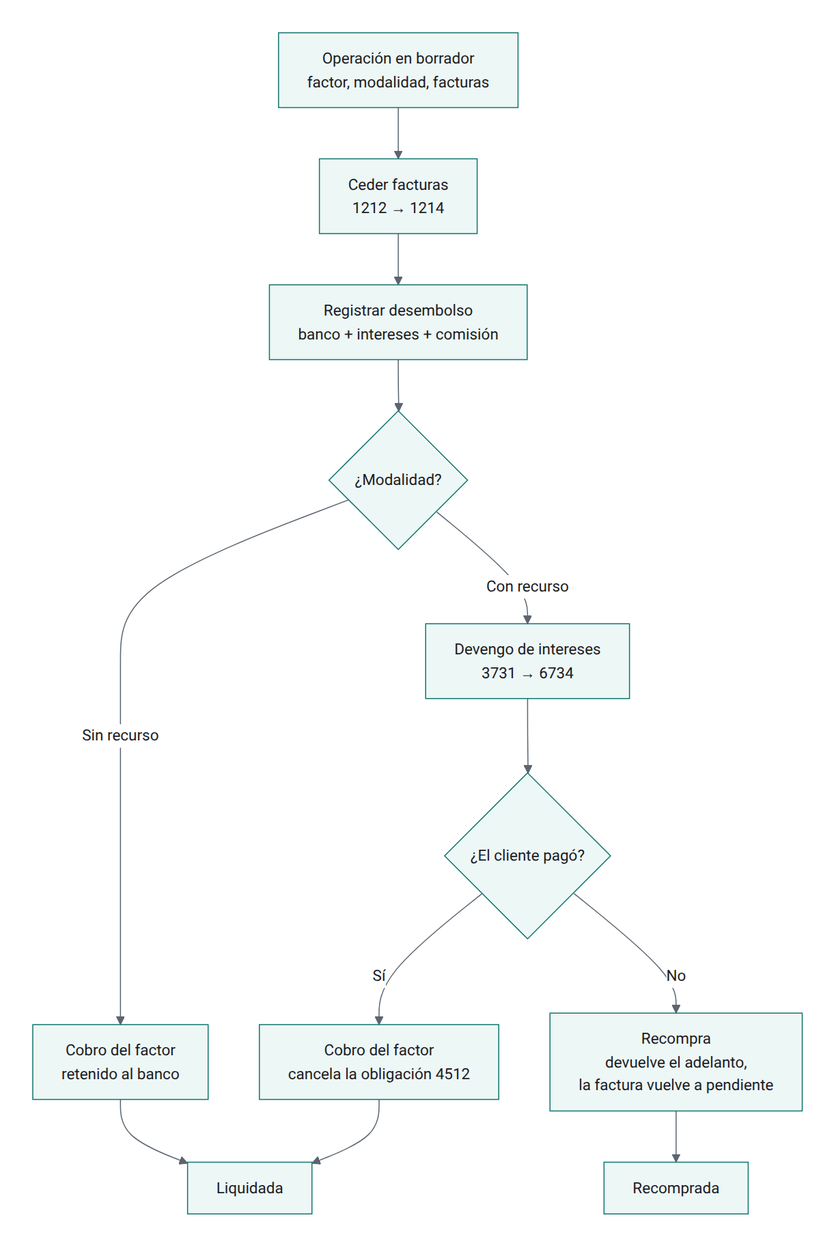
olanoit/ol_new_apps keeps this Mermaid diagram as OL-ACCOUNTING/al_l10n_pe_factoring/static/description/diagramas/factoring.png. Above is the earlier version. Its source is kept beside it as OL-ACCOUNTING/al_l10n_pe_factoring/static/description/diagramas/factoring.mmd.
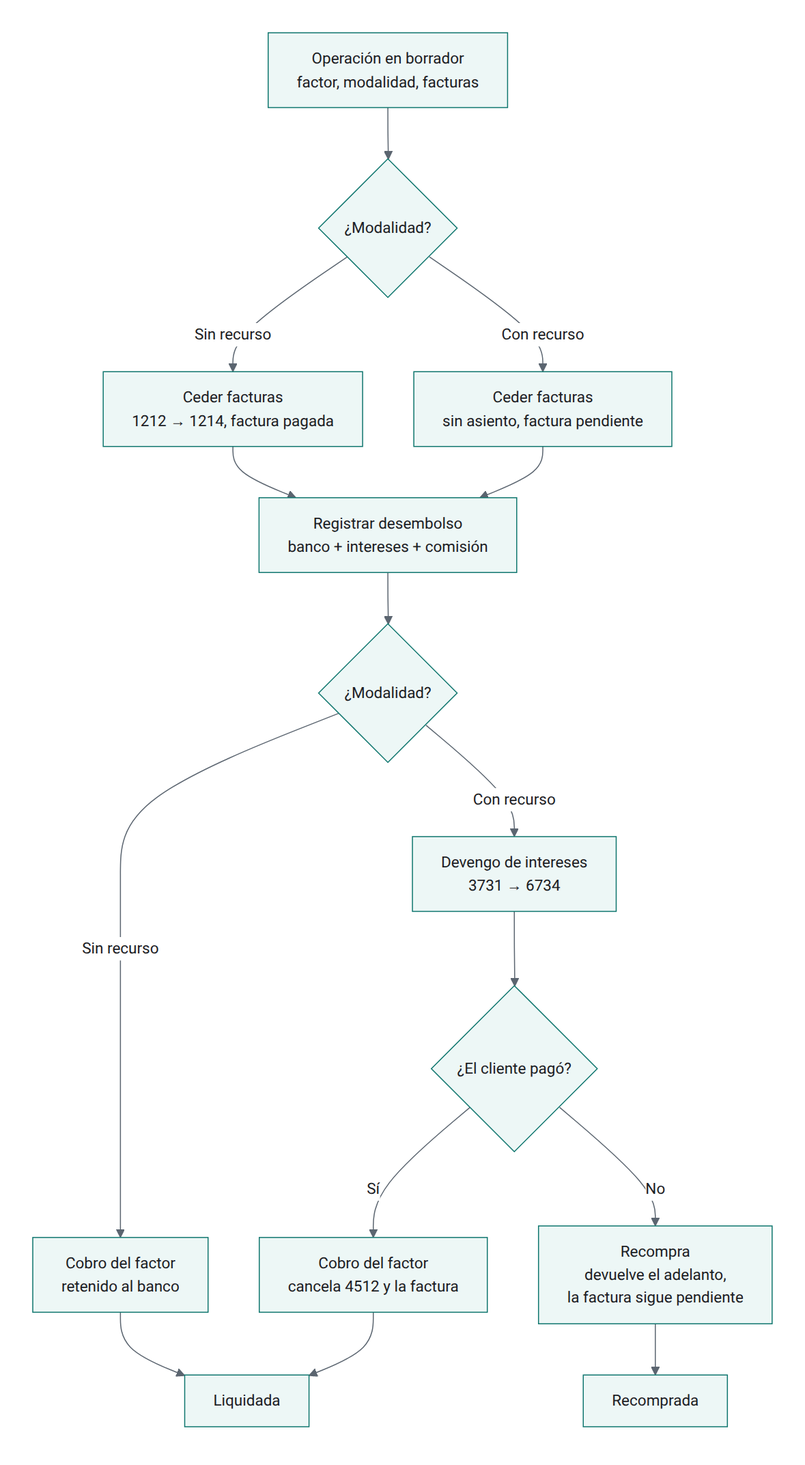
After the commit.

Diff of the diagram source:
```diff
@@ -1,12 +1,15 @@
 flowchart TD
-  A[Operación en borrador<br/>factor, modalidad, facturas] --> B[Ceder facturas<br/>1212 → 1214]
-  B --> C[Registrar desembolso<br/>banco + intereses + comisión]
+  A[Operación en borrador<br/>factor, modalidad, facturas] --> B{¿Modalidad?}
+  B -- Sin recurso --> B1[Ceder facturas<br/>1212 → 1214, factura pagada]
+  B -- Con recurso --> B2[Ceder facturas<br/>sin asiento, factura pendiente]
+  B1 --> C[Registrar desembolso<br/>banco + intereses + comisión]
+  B2 --> C
   C --> D{¿Modalidad?}
   D -- Sin recurso --> E[Cobro del factor<br/>retenido al banco]
   D -- Con recurso --> F[Devengo de intereses<br/>3731 → 6734]
   F --> G{¿El cliente pagó?}
-  G -- Sí --> H[Cobro del factor<br/>cancela la obligación 4512]
-  G -- No --> I[Recompra<br/>devuelve el adelanto,<br/>la factura vuelve a pendiente]
+  G -- Sí --> H[Cobro del factor<br/>cancela 4512 y la factura]
+  G -- No --> I[Recompra<br/>devuelve el adelanto,<br/>la factura sigue pendiente]
   E --> J[Liquidada]
   H --> J
   I --> K[Recomprada]
```
